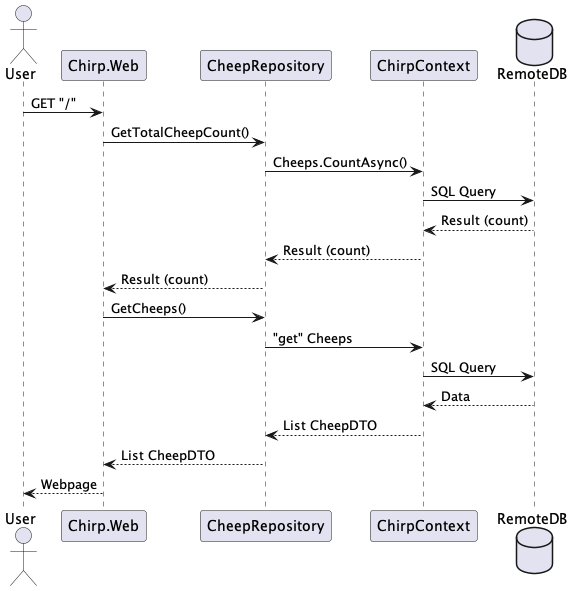
ITU-BDSA23-GROUP9/Chirp keeps this PlantUML diagram as docs/diagrams/SeqDia.png. Above is the earlier version. The source it was exported from:
```plantuml
@startuml

actor User
participant Chirp.Web
participant CheepRepository
participant ChirpContext
database RemoteDB

User -> Chirp.Web: GET "/"
Chirp.Web -> CheepRepository: GetTotalCheepCount()
CheepRepository -> ChirpContext: Cheeps.CountAsync()
ChirpContext -> RemoteDB: SQL Query
RemoteDB --> ChirpContext: Result (count)
ChirpContext --> CheepRepository: Result (count)
CheepRepository --> Chirp.Web: Result (count)
Chirp.Web -> CheepRepository: GetCheeps()
CheepRepository -> ChirpContext: "get" Cheeps
ChirpContext -> RemoteDB: SQL Query
RemoteDB --> ChirpContext: Data
ChirpContext --> CheepRepository: List CheepDTO
CheepRepository --> Chirp.Web: List CheepDTO
Chirp.Web --> User: Webpage

@enduml
```
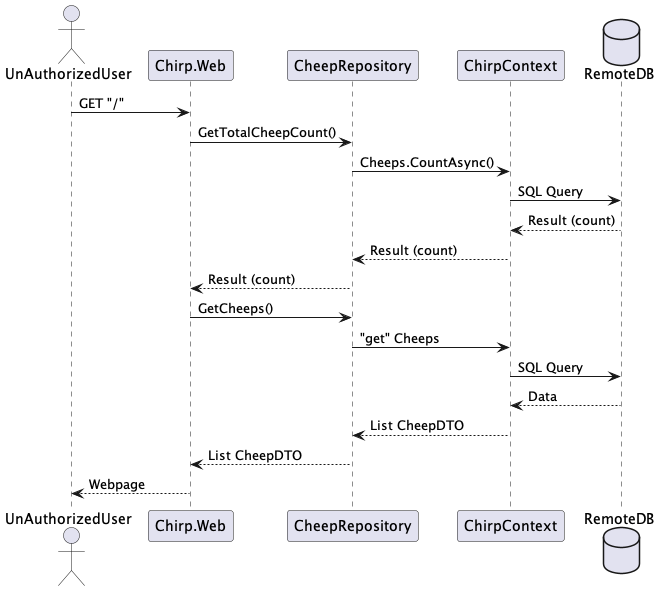
The same diagram one commit later.

Diff of the diagram source:
```diff
@@ -1,6 +1,6 @@
 @startuml
 
-actor User
+actor UnAuthorizedUser as User
 participant Chirp.Web
 participant CheepRepository
 participant ChirpContext
```
